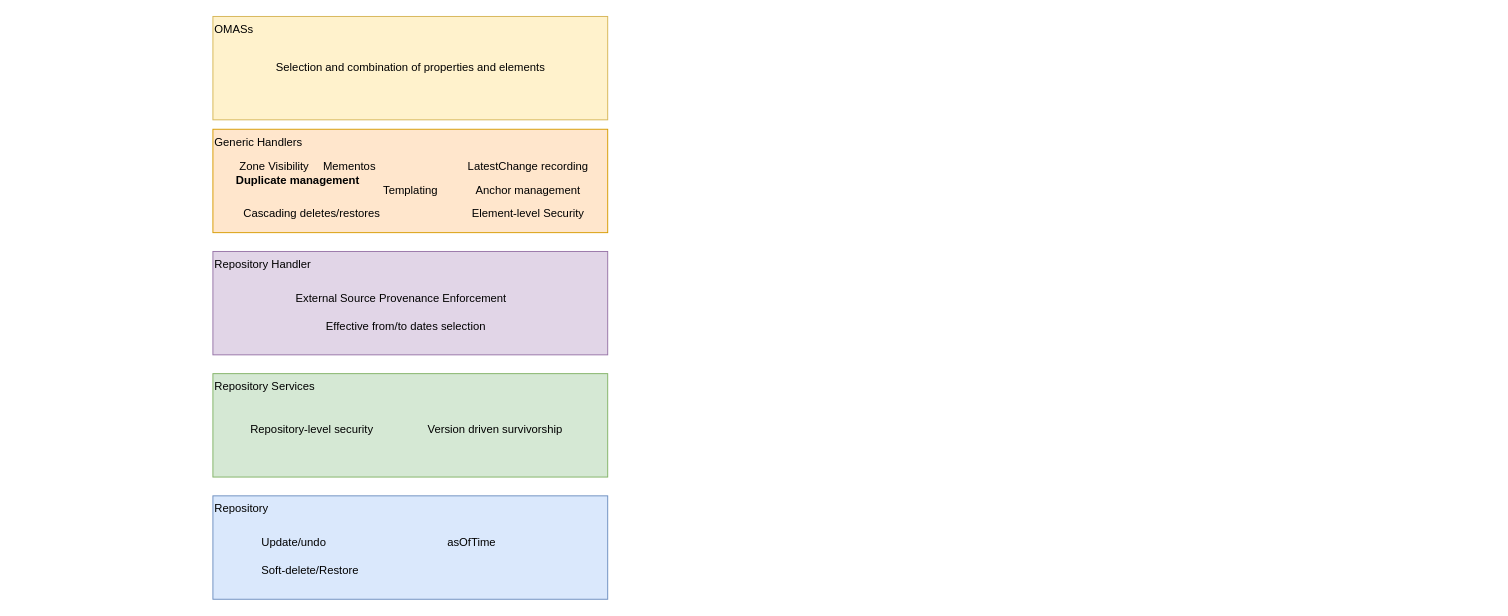
Before: page "today" (11 of 15) of open-metadata-publication/website/deduplication/deduplication.drawio in odpi/egeria, a draw.io diagram. Source tidied: cells renumbered, new cells numbered last; positions are measured from the earlier drawing's top-left corner, leaving out a move shared by most shapes. Both pictures are drawn from the tidied source at 94%, with x=0, y=0 at pixel (212, 16).
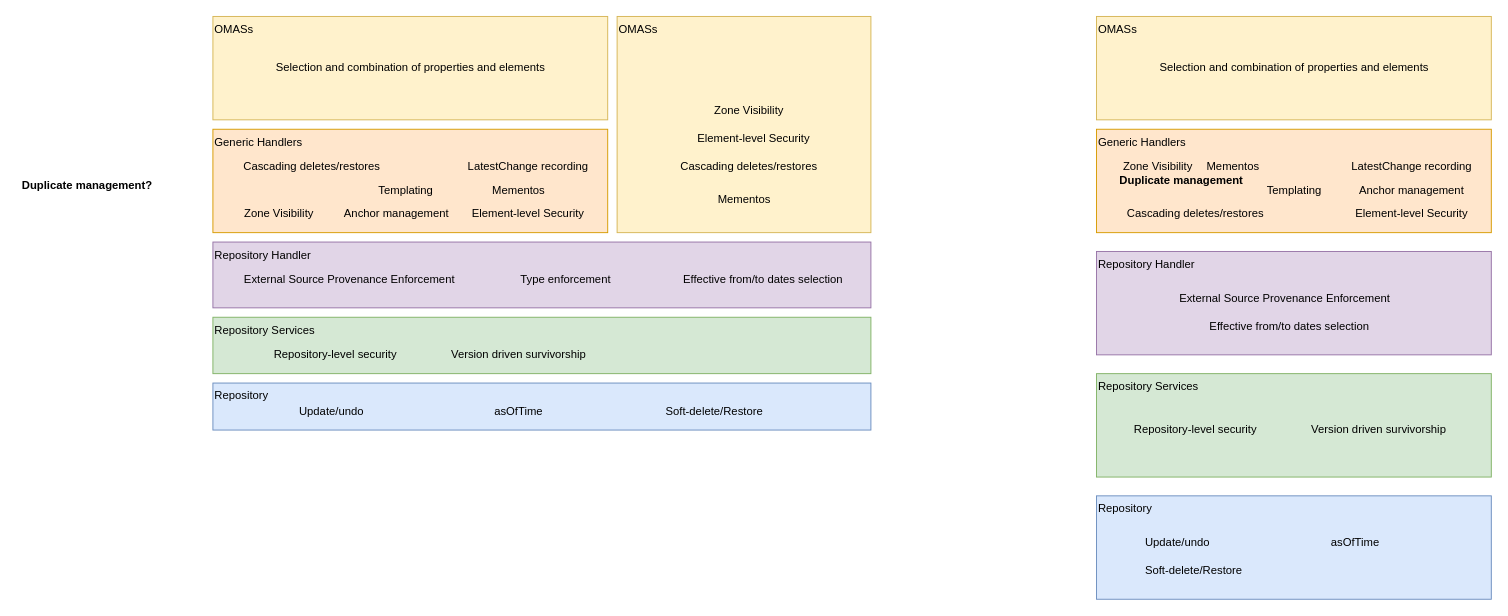
Above is the later version.

The edit, as a diff of the source:
```diff
@@
-    <mxCell id="2" value="Repository" style="rounded=0;whiteSpace=wrap;html=1;align=left;verticalAlign=top;fillColor=#dae8fc;strokeColor=#6c8ebf;" parent="1" vertex="1">
-      <mxGeometry y="510" width="420" height="110" as="geometry" />
-    </mxCell>
-    <mxCell id="3" value="Soft-delete/Restore" style="text;html=1;align=left;verticalAlign=middle;strokeColor=none;" parent="1" vertex="1">
-      <mxGeometry x="50" y="580" width="120" height="20" as="geometry" />
-    </mxCell>
-    <mxCell id="4" value="Update/undo" style="text;html=1;align=left;verticalAlign=middle;strokeColor=none;" parent="1" vertex="1">
-      <mxGeometry x="50" y="550" width="80" height="20" as="geometry" />
-    </mxCell>
-    <mxCell id="5" value="asOfTime" style="text;html=1;align=center;verticalAlign=middle;strokeColor=none;" parent="1" vertex="1">
-      <mxGeometry x="240" y="550" width="70" height="20" as="geometry" />
-    </mxCell>
-    <mxCell id="6" value="Repository Services" style="rounded=0;whiteSpace=wrap;html=1;align=left;verticalAlign=top;fillColor=#d5e8d4;strokeColor=#82b366;" parent="1" vertex="1">
-      <mxGeometry y="380" width="420" height="110" as="geometry" />
-    </mxCell>
-    <mxCell id="7" value="Repository-level security" style="text;html=1;align=center;verticalAlign=middle;strokeColor=none;" parent="1" vertex="1">
-      <mxGeometry x="30" y="430" width="150" height="20" as="geometry" />
-    </mxCell>
-    <mxCell id="8" value="Version driven survivorship" style="text;html=1;align=center;verticalAlign=middle;strokeColor=none;" parent="1" vertex="1">
-      <mxGeometry x="220" y="430" width="160" height="20" as="geometry" />
-    </mxCell>
-    <mxCell id="9" value="Repository Handler" style="rounded=0;whiteSpace=wrap;html=1;align=left;verticalAlign=top;fillColor=#e1d5e7;strokeColor=#9673a6;" parent="1" vertex="1">
-      <mxGeometry y="250" width="420" height="110" as="geometry" />
-    </mxCell>
-    <mxCell id="10" value="External Source Provenance Enforcement" style="text;html=1;align=center;verticalAlign=middle;strokeColor=none;" parent="1" vertex="1">
-      <mxGeometry x="80" y="290" width="240" height="20" as="geometry" />
-    </mxCell>
-    <mxCell id="11" value="Effective from/to dates selection" style="text;html=1;align=center;verticalAlign=middle;strokeColor=none;" parent="1" vertex="1">
-      <mxGeometry x="110" y="320" width="190" height="20" as="geometry" />
-    </mxCell>
@@
     <mxCell id="14" value="Cascading deletes/restores" style="text;html=1;align=center;verticalAlign=middle;strokeColor=none;" parent="1" vertex="1">
-      <mxGeometry x="25" y="200" width="160" height="20" as="geometry" />
+      <mxGeometry x="25" y="150" width="160" height="20" as="geometry" />
     </mxCell>
@@
     <mxCell id="17" value="Zone Visibility" style="text;html=1;align=center;verticalAlign=middle;strokeColor=none;" parent="1" vertex="1">
-      <mxGeometry x="20" y="150" width="90" height="20" as="geometry" />
+      <mxGeometry x="25" y="200" width="90" height="20" as="geometry" />
     </mxCell>
     <mxCell id="18" value="Anchor management" style="text;html=1;align=center;verticalAlign=middle;strokeColor=none;" parent="1" vertex="1">
-      <mxGeometry x="270" y="175" width="130" height="20" as="geometry" />
+      <mxGeometry x="130" y="200" width="130" height="20" as="geometry" />
     </mxCell>
@@
-    <mxCell id="20" value="Duplicate management" style="text;html=1;align=center;verticalAlign=middle;strokeColor=none;fontStyle=1;" parent="1" vertex="1">
-      <mxGeometry x="15" y="165" width="150" height="20" as="geometry" />
+    <mxCell id="20" value="Duplicate management?" style="text;html=1;align=center;verticalAlign=middle;strokeColor=none;fontStyle=1;" parent="1" vertex="1">
+      <mxGeometry x="-209" y="170" width="150" height="20" as="geometry" />
     </mxCell>
     <mxCell id="21" value="Mementos" style="text;html=1;align=center;verticalAlign=middle;strokeColor=none;" parent="1" vertex="1">
-      <mxGeometry x="110" y="150" width="70" height="20" as="geometry" />
+      <mxGeometry x="290" y="175" width="70" height="20" as="geometry" />
     </mxCell>
     <mxCell id="22" value="Templating" style="text;html=1;align=center;verticalAlign=middle;strokeColor=none;" parent="1" vertex="1">
-      <mxGeometry x="175" y="175" width="70" height="20" as="geometry" />
+      <mxGeometry x="170" y="175" width="70" height="20" as="geometry" />
     </mxCell>
+    <mxCell id="23" value="Repository" style="rounded=0;whiteSpace=wrap;html=1;align=left;verticalAlign=top;fillColor=#dae8fc;strokeColor=#6c8ebf;" parent="1" vertex="1">
+      <mxGeometry x="940" y="510" width="420" height="110" as="geometry" />
+    </mxCell>
+    <mxCell id="24" value="Soft-delete/Restore" style="text;html=1;align=left;verticalAlign=middle;strokeColor=none;" parent="1" vertex="1">
+      <mxGeometry x="990" y="580" width="120" height="20" as="geometry" />
+    </mxCell>
+    <mxCell id="25" value="Update/undo" style="text;html=1;align=left;verticalAlign=middle;strokeColor=none;" parent="1" vertex="1">
+      <mxGeometry x="990" y="550" width="80" height="20" as="geometry" />
+    </mxCell>
+    <mxCell id="26" value="asOfTime" style="text;html=1;align=center;verticalAlign=middle;strokeColor=none;" parent="1" vertex="1">
+      <mxGeometry x="1180" y="550" width="70" height="20" as="geometry" />
+    </mxCell>
+    <mxCell id="27" value="Repository Services" style="rounded=0;whiteSpace=wrap;html=1;align=left;verticalAlign=top;fillColor=#d5e8d4;strokeColor=#82b366;" parent="1" vertex="1">
+      <mxGeometry x="940" y="380" width="420" height="110" as="geometry" />
+    </mxCell>
+    <mxCell id="28" value="Repository-level security" style="text;html=1;align=center;verticalAlign=middle;strokeColor=none;" parent="1" vertex="1">
+      <mxGeometry x="970" y="430" width="150" height="20" as="geometry" />
+    </mxCell>
+    <mxCell id="29" value="Version driven survivorship" style="text;html=1;align=center;verticalAlign=middle;strokeColor=none;" parent="1" vertex="1">
+      <mxGeometry x="1160" y="430" width="160" height="20" as="geometry" />
+    </mxCell>
+    <mxCell id="30" value="Repository Handler" style="rounded=0;whiteSpace=wrap;html=1;align=left;verticalAlign=top;fillColor=#e1d5e7;strokeColor=#9673a6;" parent="1" vertex="1">
+      <mxGeometry x="940" y="250" width="420" height="110" as="geometry" />
+    </mxCell>
+    <mxCell id="31" value="External Source Provenance Enforcement" style="text;html=1;align=center;verticalAlign=middle;strokeColor=none;" parent="1" vertex="1">
+      <mxGeometry x="1020" y="290" width="240" height="20" as="geometry" />
+    </mxCell>
+    <mxCell id="32" value="Effective from/to dates selection" style="text;html=1;align=center;verticalAlign=middle;strokeColor=none;" parent="1" vertex="1">
+      <mxGeometry x="1050" y="320" width="190" height="20" as="geometry" />
+    </mxCell>
+    <mxCell id="33" value="Generic Handlers" style="rounded=0;whiteSpace=wrap;html=1;align=left;verticalAlign=top;fillColor=#ffe6cc;strokeColor=#d79b00;" parent="1" vertex="1">
+      <mxGeometry x="940" y="120" width="420" height="110" as="geometry" />
+    </mxCell>
+    <mxCell id="34" value="Element-level Security" style="text;html=1;align=center;verticalAlign=middle;strokeColor=none;" parent="1" vertex="1">
+      <mxGeometry x="1210" y="200" width="130" height="20" as="geometry" />
+    </mxCell>
+    <mxCell id="35" value="Cascading deletes/restores" style="text;html=1;align=center;verticalAlign=middle;strokeColor=none;" parent="1" vertex="1">
+      <mxGeometry x="965" y="200" width="160" height="20" as="geometry" />
+    </mxCell>
+    <mxCell id="36" value="OMASs" style="rounded=0;whiteSpace=wrap;html=1;align=left;verticalAlign=top;fillColor=#fff2cc;strokeColor=#d6b656;" parent="1" vertex="1">
+      <mxGeometry x="940" width="420" height="110" as="geometry" />
+    </mxCell>
+    <mxCell id="37" value="Selection and combination of properties and elements" style="text;html=1;align=center;verticalAlign=middle;strokeColor=none;" parent="1" vertex="1">
+      <mxGeometry x="1000" y="45" width="300" height="20" as="geometry" />
+    </mxCell>
+    <mxCell id="38" value="Zone Visibility" style="text;html=1;align=center;verticalAlign=middle;strokeColor=none;" parent="1" vertex="1">
+      <mxGeometry x="960" y="150" width="90" height="20" as="geometry" />
+    </mxCell>
+    <mxCell id="39" value="Anchor management" style="text;html=1;align=center;verticalAlign=middle;strokeColor=none;" parent="1" vertex="1">
+      <mxGeometry x="1210" y="175" width="130" height="20" as="geometry" />
+    </mxCell>
+    <mxCell id="40" value="LatestChange recording" style="text;html=1;align=center;verticalAlign=middle;strokeColor=none;" parent="1" vertex="1">
+      <mxGeometry x="1205" y="150" width="140" height="20" as="geometry" />
+    </mxCell>
+    <mxCell id="41" value="Duplicate management" style="text;html=1;align=center;verticalAlign=middle;strokeColor=none;fontStyle=1;" parent="1" vertex="1">
+      <mxGeometry x="955" y="165" width="150" height="20" as="geometry" />
+    </mxCell>
+    <mxCell id="42" value="Mementos" style="text;html=1;align=center;verticalAlign=middle;strokeColor=none;" parent="1" vertex="1">
+      <mxGeometry x="1050" y="150" width="70" height="20" as="geometry" />
+    </mxCell>
+    <mxCell id="43" value="Templating" style="text;html=1;align=center;verticalAlign=middle;strokeColor=none;" parent="1" vertex="1">
+      <mxGeometry x="1115" y="175" width="70" height="20" as="geometry" />
+    </mxCell>
+    <mxCell id="44" value="OMASs" style="rounded=0;whiteSpace=wrap;html=1;align=left;verticalAlign=top;fillColor=#fff2cc;strokeColor=#d6b656;" parent="1" vertex="1">
+      <mxGeometry x="430" width="270" height="230" as="geometry" />
+    </mxCell>
+    <mxCell id="45" value="Element-level Security" style="text;html=1;align=center;verticalAlign=middle;strokeColor=none;" parent="1" vertex="1">
+      <mxGeometry x="510" y="120" width="130" height="20" as="geometry" />
+    </mxCell>
+    <mxCell id="46" value="Cascading deletes/restores" style="text;html=1;align=center;verticalAlign=middle;strokeColor=none;" parent="1" vertex="1">
+      <mxGeometry x="490" y="150" width="160" height="20" as="geometry" />
+    </mxCell>
+    <mxCell id="47" value="Zone Visibility" style="text;html=1;align=center;verticalAlign=middle;strokeColor=none;" parent="1" vertex="1">
+      <mxGeometry x="525" y="90" width="90" height="20" as="geometry" />
+    </mxCell>
+    <mxCell id="48" value="Repository" style="rounded=0;whiteSpace=wrap;html=1;align=left;verticalAlign=top;fillColor=#dae8fc;strokeColor=#6c8ebf;" parent="1" vertex="1">
+      <mxGeometry y="390" width="700" height="50" as="geometry" />
+    </mxCell>
+    <mxCell id="49" value="Soft-delete/Restore" style="text;html=1;align=left;verticalAlign=middle;strokeColor=none;" parent="1" vertex="1">
+      <mxGeometry x="480" y="410" width="120" height="20" as="geometry" />
+    </mxCell>
+    <mxCell id="50" value="Update/undo" style="text;html=1;align=left;verticalAlign=middle;strokeColor=none;" parent="1" vertex="1">
+      <mxGeometry x="90" y="410" width="80" height="20" as="geometry" />
+    </mxCell>
+    <mxCell id="51" value="asOfTime" style="text;html=1;align=center;verticalAlign=middle;strokeColor=none;" parent="1" vertex="1">
+      <mxGeometry x="290" y="410" width="70" height="20" as="geometry" />
+    </mxCell>
+    <mxCell id="52" value="Repository Services" style="rounded=0;whiteSpace=wrap;html=1;align=left;verticalAlign=top;fillColor=#d5e8d4;strokeColor=#82b366;" parent="1" vertex="1">
+      <mxGeometry y="320" width="700" height="60" as="geometry" />
+    </mxCell>
+    <mxCell id="53" value="Repository-level security" style="text;html=1;align=center;verticalAlign=middle;strokeColor=none;" parent="1" vertex="1">
+      <mxGeometry x="55" y="350" width="150" height="20" as="geometry" />
+    </mxCell>
+    <mxCell id="54" value="Version driven survivorship" style="text;html=1;align=center;verticalAlign=middle;strokeColor=none;" parent="1" vertex="1">
+      <mxGeometry x="245" y="350" width="160" height="20" as="geometry" />
+    </mxCell>
+    <mxCell id="55" value="Repository Handler" style="rounded=0;whiteSpace=wrap;html=1;align=left;verticalAlign=top;fillColor=#e1d5e7;strokeColor=#9673a6;" parent="1" vertex="1">
+      <mxGeometry y="240" width="700" height="70" as="geometry" />
+    </mxCell>
+    <mxCell id="56" value="External Source Provenance Enforcement" style="text;html=1;align=center;verticalAlign=middle;strokeColor=none;" parent="1" vertex="1">
+      <mxGeometry x="25" y="270" width="240" height="20" as="geometry" />
+    </mxCell>
+    <mxCell id="57" value="Effective from/to dates selection" style="text;html=1;align=center;verticalAlign=middle;strokeColor=none;" parent="1" vertex="1">
+      <mxGeometry x="490" y="270" width="190" height="20" as="geometry" />
+    </mxCell>
+    <mxCell id="58" value="Type enforcement" style="text;html=1;align=center;verticalAlign=middle;strokeColor=none;" parent="1" vertex="1">
+      <mxGeometry x="320" y="270" width="110" height="20" as="geometry" />
+    </mxCell>
+    <mxCell id="59" value="Mementos" style="text;html=1;align=center;verticalAlign=middle;strokeColor=none;" parent="1" vertex="1">
+      <mxGeometry x="530" y="185" width="70" height="20" as="geometry" />
+    </mxCell>
```
